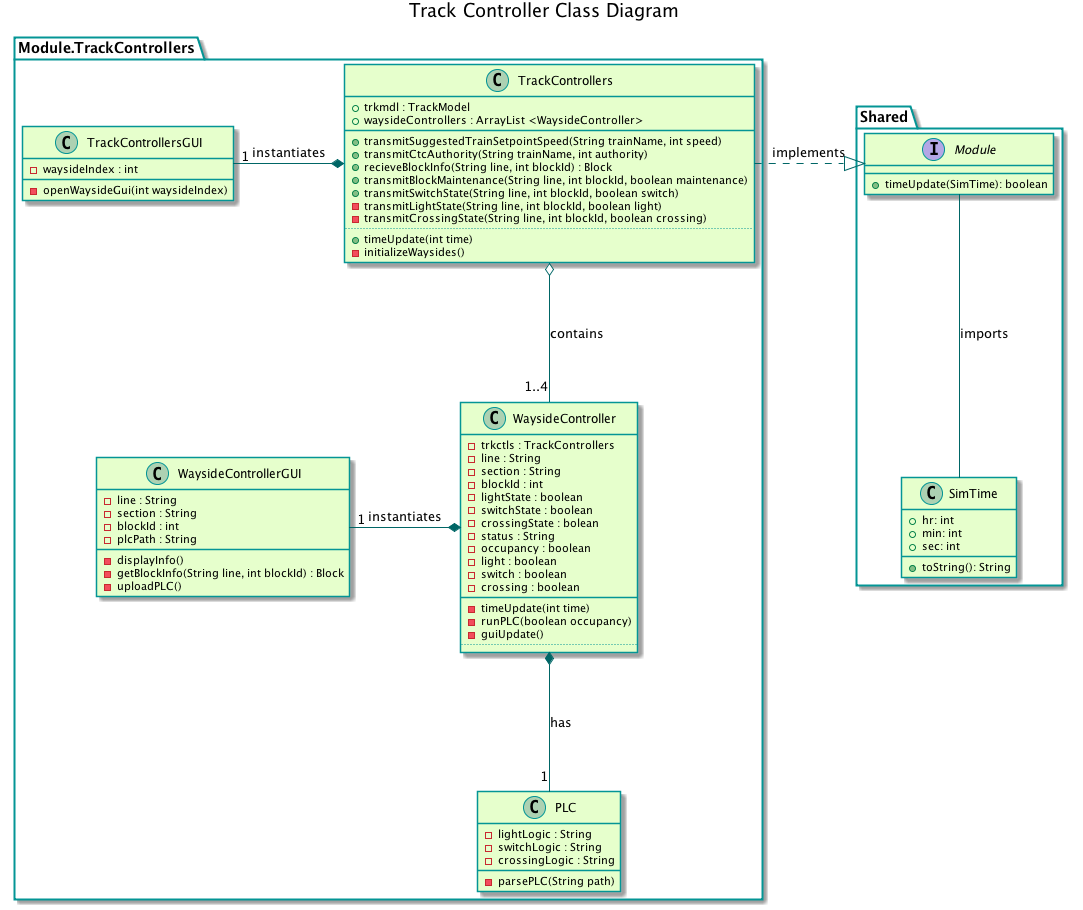
Above: TrainSystem/yUML/Class Diagrams/TrackControllerClassDiagram.png in kevingilboy/COE1186 (PlantUML), before the change.
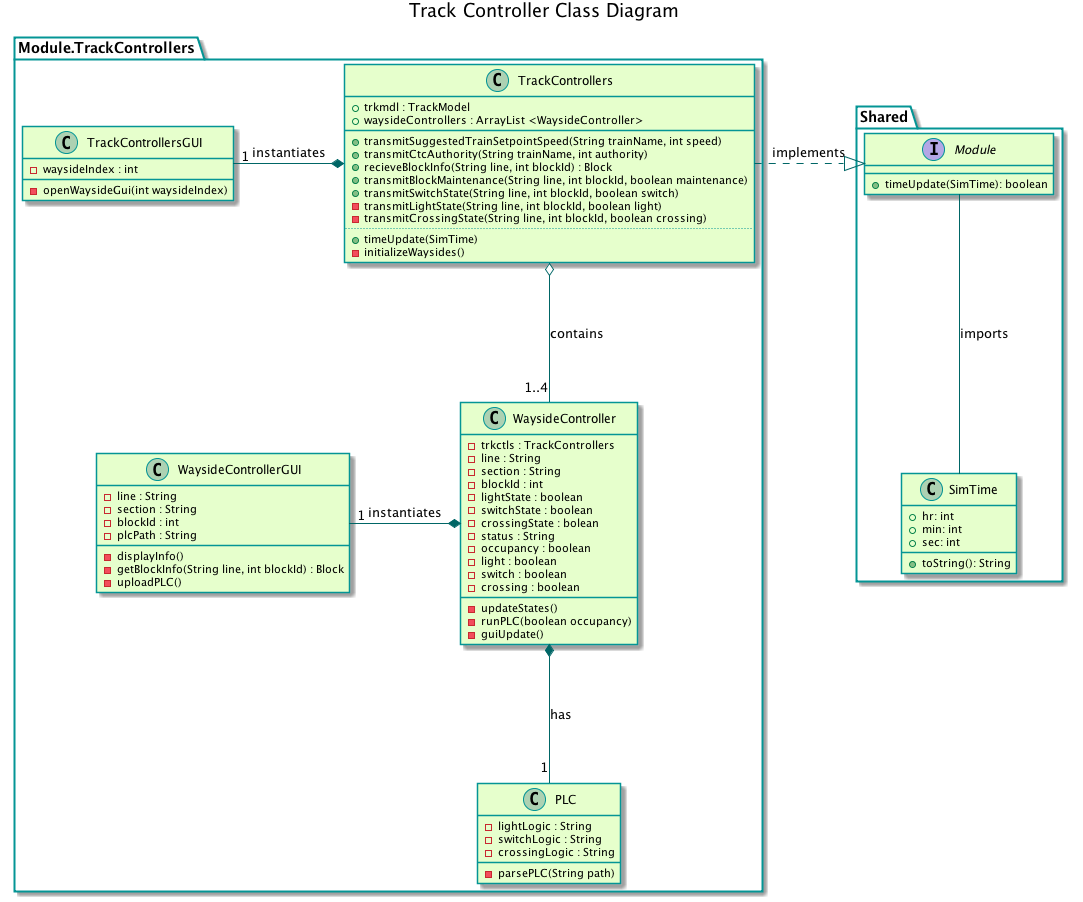
Later version of the same file.

Commit message:
Updated class diagram with new function to update states

What changed in the source:
```diff
@@ -32,7 +32,7 @@
 		{method} - transmitLightState(String line, int blockId, boolean light)
 		{method} - transmitCrossingState(String line, int blockId, boolean crossing)
 		..
-		{method} + timeUpdate(int time)
+		{method} + timeUpdate(SimTime)
 		{method} - initializeWaysides()
 	}
 
@@ -56,11 +56,9 @@
 		{field} - switch : boolean
 		{field} - crossing : boolean
 		__
-		{method} - timeUpdate(int time)
+		{method} - updateStates()
 		{method} - runPLC(boolean occupancy)
 		{method} - guiUpdate()
-		..
-
 	}
 
 	class WaysideControllerGUI {
@@ -72,7 +70,6 @@
 		{method} - displayInfo()
 		{method} - getBlockInfo(String line, int blockId) : Block
 		{method} - uploadPLC()
-
 	}
 
 	class PLC {
```
